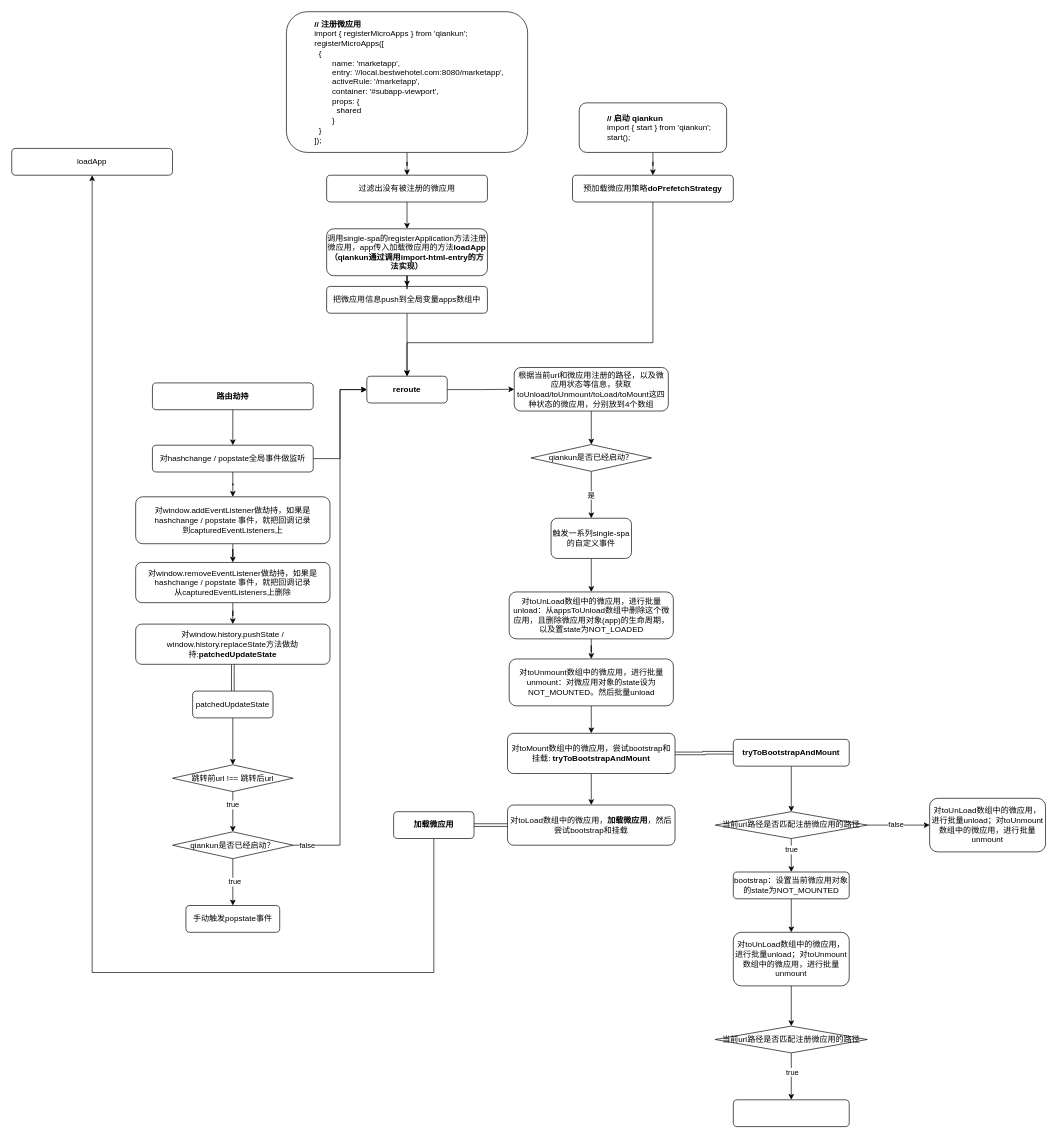
Earlier version of the draw.io diagram page "劫持/注册/启动" (2 of 2) of frontend/qiankun工作流程.drawio (Rockergmail/draw.io). Source tidied: cells renumbered, new cells numbered last; positions are measured from the earlier drawing's top-left corner, leaving out a move shared by most shapes. Both pictures are drawn from the tidied source at 67%, with x=0, y=0 at pixel (11, 11).
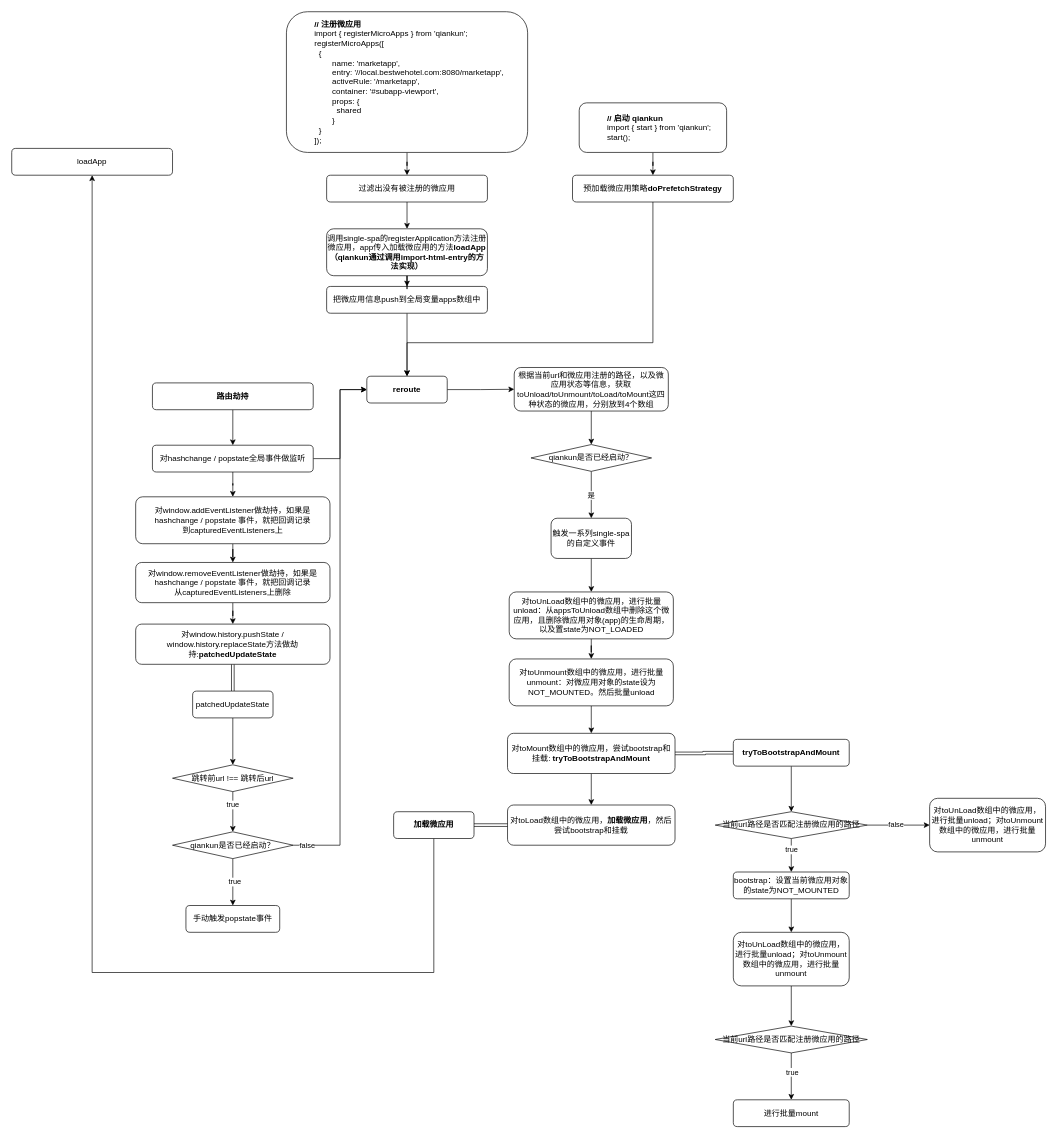
Above is the later version.

Commit message:
更新qiankun工作流程.drawio

Diff of the diagram source:
```diff
@@
-    <mxCell id="72" style="rounded=1;whiteSpace=wrap;html=1;fontSize=12;glass=0;strokeWidth=1;shadow=0;" parent="1" vertex="1">
+    <mxCell id="72" value="进行批量mount" style="rounded=1;whiteSpace=wrap;html=1;fontSize=12;glass=0;strokeWidth=1;shadow=0;" parent="1" vertex="1">
       <mxGeometry x="1077" y="1624" width="173" height="40" as="geometry" />
     </mxCell>
```
